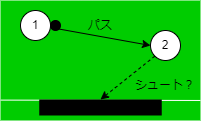
SuperTikuwa/thesis-images keeps this draw.io diagram as 2/pattern_prediction.png. Above is the earlier version. Source tidied: cells renumbered, new cells last; positions are measured from the earlier drawing's top-left corner, leaving out a move shared by most shapes.
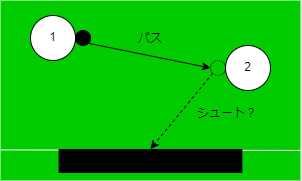
The same file after the commit.

Commit message:
pattern_prediction.png を追加しました。

Diff of the diagram source:
```diff
@@ -2,38 +2,41 @@
   <root>
     <mxCell id="0" />
     <mxCell id="1" parent="0" />
-    <mxCell id="2" style="group;" parent="1" vertex="1">
-      <mxGeometry width="200" height="120" as="geometry" />
-    </mxCell>
+    <mxCell id="13" style="group;" parent="1" vertex="1">
+      <mxGeometry x="-20" y="-40" width="300" height="180" as="geometry" />
+    </mxCell>
-    <mxCell id="3" style="whiteSpace=wrap;html=1;strokeColor=none;fillColor=#00CC00;" parent="2" vertex="1">
-      <mxGeometry width="200" height="120" as="geometry" />
+    <mxCell id="3" style="whiteSpace=wrap;html=1;strokeColor=none;fillColor=#00CC00;" parent="13" vertex="1">
+      <mxGeometry width="300" height="180" as="geometry" />
     </mxCell>
-    <mxCell id="4" value="1" style="ellipse;whiteSpace=wrap;html=1;" parent="2" vertex="1">
-      <mxGeometry x="20" y="10" width="30" height="30" as="geometry" />
+    <mxCell id="4" value="1" style="ellipse;whiteSpace=wrap;html=1;" parent="13" vertex="1">
+      <mxGeometry x="30" y="15" width="45" height="45" as="geometry" />
     </mxCell>
-    <mxCell id="5" value="2" style="ellipse;whiteSpace=wrap;html=1;" parent="2" vertex="1">
-      <mxGeometry x="150" y="30" width="30" height="30" as="geometry" />
+    <mxCell id="5" value="2" style="ellipse;whiteSpace=wrap;html=1;" parent="13" vertex="1">
+      <mxGeometry x="225" y="45" width="45" height="45" as="geometry" />
     </mxCell>
-    <mxCell id="6" style="ellipse;whiteSpace=wrap;html=1;fillColor=#000000;" parent="2" vertex="1">
-      <mxGeometry x="50" y="20" width="10" height="10" as="geometry" />
+    <mxCell id="6" style="ellipse;whiteSpace=wrap;html=1;fillColor=#000000;" parent="13" vertex="1">
+      <mxGeometry x="75" y="30" width="15" height="15" as="geometry" />
     </mxCell>
-    <mxCell id="7" style="endArrow=classic;html=1;rounded=0;exitX=1;exitY=1;exitDx=0;exitDy=0;entryX=0;entryY=0.5;entryDx=0;entryDy=0;" parent="2" edge="1" source="6" target="5">
+    <mxCell id="7" style="endArrow=classic;html=1;rounded=0;exitX=1;exitY=1;exitDx=0;exitDy=0;entryX=0;entryY=0.5;entryDx=0;entryDy=0;" parent="13" edge="1" source="6" target="14">
       <mxGeometry relative="1" as="geometry" />
     </mxCell>
-    <mxCell id="8" style="endArrow=none;html=1;rounded=0;exitX=0.001;exitY=0.83;exitDx=0;exitDy=0;exitPerimeter=0;entryX=1;entryY=0.833;entryDx=0;entryDy=0;entryPerimeter=0;strokeColor=#FFFFFF;" parent="2" edge="1" source="3" target="3">
+    <mxCell id="8" style="endArrow=none;html=1;rounded=0;exitX=0.001;exitY=0.83;exitDx=0;exitDy=0;exitPerimeter=0;entryX=1;entryY=0.833;entryDx=0;entryDy=0;entryPerimeter=0;strokeColor=#FFFFFF;" parent="13" edge="1" source="3" target="3">
       <mxGeometry relative="1" as="geometry" />
     </mxCell>
-    <mxCell id="9" style="rounded=0;whiteSpace=wrap;html=1;strokeColor=none;fillColor=#000000;" parent="2" vertex="1">
-      <mxGeometry x="38.8" y="99" width="122.5" height="16" as="geometry" />
+    <mxCell id="9" style="rounded=0;whiteSpace=wrap;html=1;strokeColor=none;fillColor=#000000;" parent="13" vertex="1">
+      <mxGeometry x="58.1" y="148.5" width="183.7" height="24" as="geometry" />
     </mxCell>
-    <mxCell id="10" style="endArrow=classic;html=1;rounded=0;exitX=0;exitY=1;exitDx=0;exitDy=0;entryX=0.5;entryY=0;entryDx=0;entryDy=0;dashed=1;" parent="2" edge="1" source="5" target="9">
+    <mxCell id="10" style="endArrow=classic;html=1;rounded=0;exitX=0;exitY=1;exitDx=0;exitDy=0;entryX=0.5;entryY=0;entryDx=0;entryDy=0;dashed=1;" parent="13" edge="1" source="14" target="9">
       <mxGeometry relative="1" as="geometry" />
     </mxCell>
-    <mxCell id="11" value="パス" style="text;html=1;strokeColor=none;fillColor=none;align=center;verticalAlign=middle;whiteSpace=wrap;rounded=0;" parent="2" vertex="1">
-      <mxGeometry x="70" y="10" width="60" height="30" as="geometry" />
+    <mxCell id="11" value="パス" style="text;html=1;strokeColor=none;fillColor=none;align=center;verticalAlign=middle;whiteSpace=wrap;rounded=0;" parent="13" vertex="1">
+      <mxGeometry x="105" y="15" width="90" height="45" as="geometry" />
     </mxCell>
-    <mxCell id="12" value="シュート？" style="text;html=1;strokeColor=none;fillColor=none;align=center;verticalAlign=middle;whiteSpace=wrap;rounded=0;" parent="2" vertex="1">
-      <mxGeometry x="130" y="70" width="70" height="30" as="geometry" />
+    <mxCell id="12" value="シュート？" style="text;html=1;strokeColor=none;fillColor=none;align=left;verticalAlign=middle;whiteSpace=wrap;rounded=0;" parent="13" vertex="1">
+      <mxGeometry x="195" y="90" width="105" height="45" as="geometry" />
     </mxCell>
+    <mxCell id="14" style="ellipse;whiteSpace=wrap;html=1;fillColor=none;dashed=1;dashPattern=1 1;" parent="13" vertex="1">
+      <mxGeometry x="210" y="60" width="15" height="15" as="geometry" />
+    </mxCell>
   </root>
 </mxGraphModel>
```
